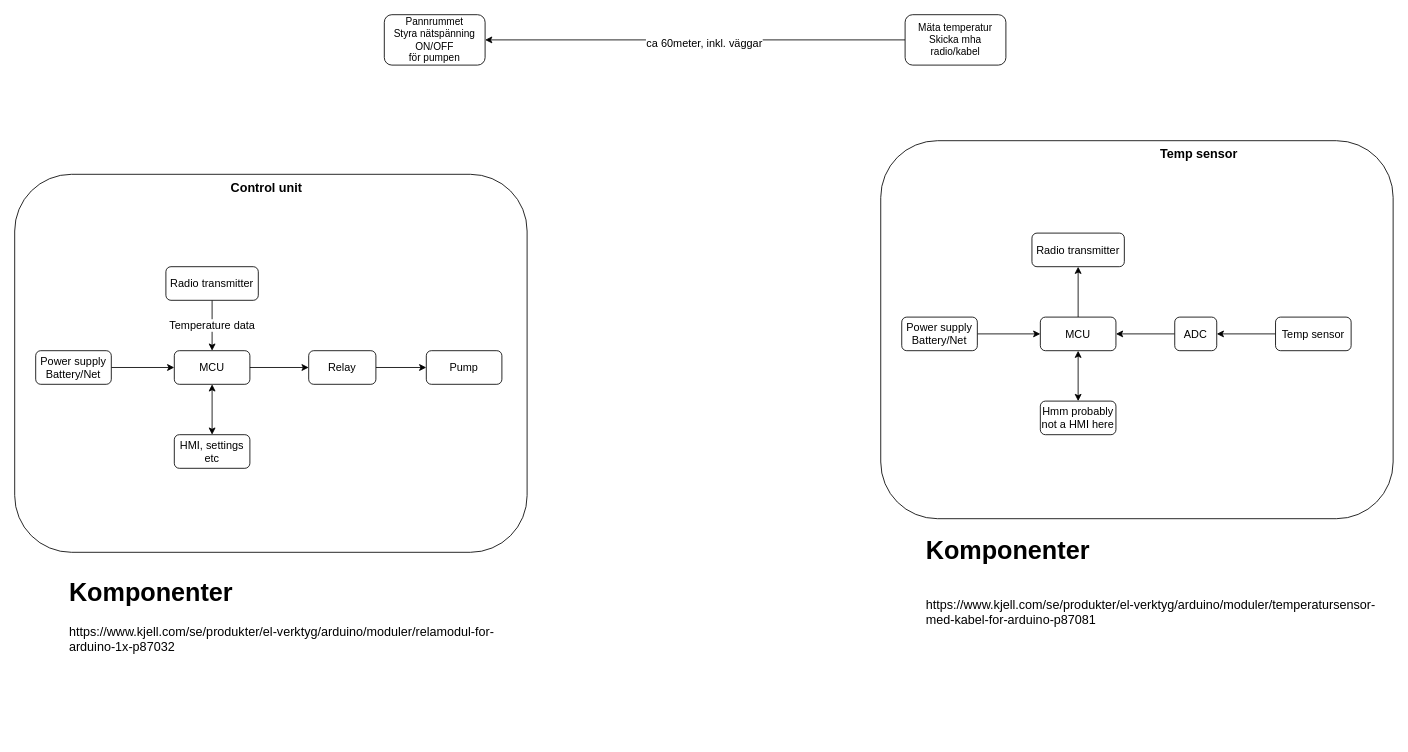
Earlier version of the draw.io diagram functional_diagram.drawio (fstoltz/remote_temp_sens). Source tidied: cells renumbered, new cells numbered last; positions are measured from the earlier drawing's top-left corner, leaving out a move shared by most shapes. Both pictures are drawn from the tidied source at 84%, with x=0, y=0 at pixel (14, 14).
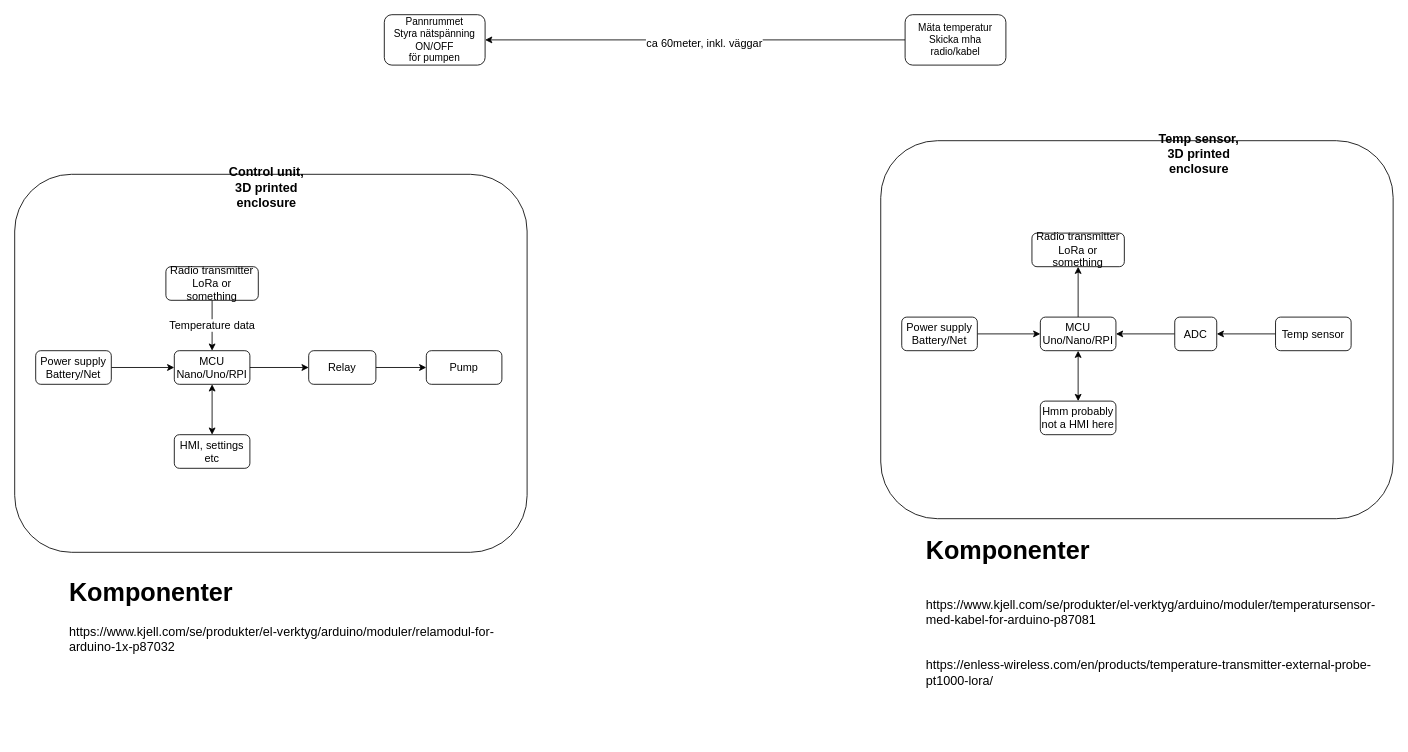
The same page after the edit.

The edit, as a diff of the source:
```diff
@@
-    <mxCell id="9" value="&lt;b&gt;&lt;font style=&quot;font-size: 15px&quot;&gt;Temp sensor&lt;/font&gt;&lt;/b&gt;" style="text;html=1;strokeColor=none;fillColor=none;align=center;verticalAlign=middle;whiteSpace=wrap;rounded=0;fontSize=13;" parent="1" vertex="1">
+    <mxCell id="9" value="&lt;b&gt;&lt;font style=&quot;font-size: 15px&quot;&gt;Temp sensor, 3D printed enclosure&lt;/font&gt;&lt;/b&gt;" style="text;html=1;strokeColor=none;fillColor=none;align=center;verticalAlign=middle;whiteSpace=wrap;rounded=0;fontSize=13;" parent="1" vertex="1">
       <mxGeometry x="1360" y="150" width="100" height="30" as="geometry" />
     </mxCell>
@@
-    <mxCell id="12" value="MCU" style="rounded=1;whiteSpace=wrap;html=1;fontSize=13;fillColor=default;" parent="1" vertex="1">
+    <mxCell id="12" value="MCU&lt;br&gt;Uno/Nano/RPI" style="rounded=1;whiteSpace=wrap;html=1;fontSize=13;fillColor=default;" parent="1" vertex="1">
       <mxGeometry x="1221" y="360" width="90" height="40" as="geometry" />
     </mxCell>
-    <mxCell id="13" value="Radio transmitter" style="rounded=1;whiteSpace=wrap;html=1;fontSize=13;fillColor=default;" parent="1" vertex="1">
+    <mxCell id="13" value="Radio transmitter&lt;br&gt;LoRa or something" style="rounded=1;whiteSpace=wrap;html=1;fontSize=13;fillColor=default;" parent="1" vertex="1">
       <mxGeometry x="1211" y="260" width="110" height="40" as="geometry" />
     </mxCell>
@@
-    <mxCell id="22" value="&lt;b&gt;&lt;font style=&quot;font-size: 15px&quot;&gt;Control unit&lt;/font&gt;&lt;/b&gt;" style="text;html=1;strokeColor=none;fillColor=none;align=center;verticalAlign=middle;whiteSpace=wrap;rounded=0;fontSize=13;" parent="1" vertex="1">
+    <mxCell id="22" value="&lt;b&gt;&lt;font style=&quot;font-size: 15px&quot;&gt;Control unit, 3D printed enclosure&lt;/font&gt;&lt;/b&gt;" style="text;html=1;strokeColor=none;fillColor=none;align=center;verticalAlign=middle;whiteSpace=wrap;rounded=0;fontSize=13;" parent="1" vertex="1">
       <mxGeometry x="250" y="190" width="100" height="30" as="geometry" />
     </mxCell>
@@
-    <mxCell id="25" value="MCU" style="rounded=1;whiteSpace=wrap;html=1;fontSize=13;fillColor=default;" parent="1" vertex="1">
+    <mxCell id="25" value="MCU&lt;br&gt;Nano/Uno/RPI" style="rounded=1;whiteSpace=wrap;html=1;fontSize=13;fillColor=default;" parent="1" vertex="1">
       <mxGeometry x="190" y="400" width="90" height="40" as="geometry" />
     </mxCell>
-    <mxCell id="26" value="Radio transmitter" style="rounded=1;whiteSpace=wrap;html=1;fontSize=13;fillColor=default;" parent="1" vertex="1">
+    <mxCell id="26" value="Radio transmitter&lt;br&gt;LoRa or something" style="rounded=1;whiteSpace=wrap;html=1;fontSize=13;fillColor=default;" parent="1" vertex="1">
       <mxGeometry x="180" y="300" width="110" height="40" as="geometry" />
     </mxCell>
@@
-    <mxCell id="32" value="&lt;h1&gt;&lt;span&gt;Komponenter&lt;/span&gt;&lt;br&gt;&lt;/h1&gt;&lt;div&gt;&lt;span&gt;&lt;br&gt;https://www.kjell.com/se/produkter/el-verktyg/arduino/moduler/temperatursensor-med-kabel-for-arduino-p87081&lt;br&gt;&lt;/span&gt;&lt;/div&gt;&lt;div&gt;&lt;span&gt;&lt;br&gt;&lt;/span&gt;&lt;/div&gt;" style="text;html=1;strokeColor=none;fillColor=none;spacing=5;spacingTop=-20;whiteSpace=wrap;overflow=hidden;rounded=0;fontSize=15;" parent="1" vertex="1">
+    <mxCell id="32" value="&lt;h1&gt;&lt;span&gt;Komponenter&lt;/span&gt;&lt;br&gt;&lt;/h1&gt;&lt;div&gt;&lt;span&gt;&lt;br&gt;https://www.kjell.com/se/produkter/el-verktyg/arduino/moduler/temperatursensor-med-kabel-for-arduino-p87081&lt;br&gt;&lt;/span&gt;&lt;/div&gt;&lt;div&gt;&lt;span&gt;&lt;br&gt;&lt;br&gt;https://enless-wireless.com/en/products/temperature-transmitter-external-probe-pt1000-lora/&lt;br&gt;&lt;/span&gt;&lt;/div&gt;" style="text;html=1;strokeColor=none;fillColor=none;spacing=5;spacingTop=-20;whiteSpace=wrap;overflow=hidden;rounded=0;fontSize=15;" parent="1" vertex="1">
       <mxGeometry x="1080" y="610" width="550" height="200" as="geometry" />
     </mxCell>
```
